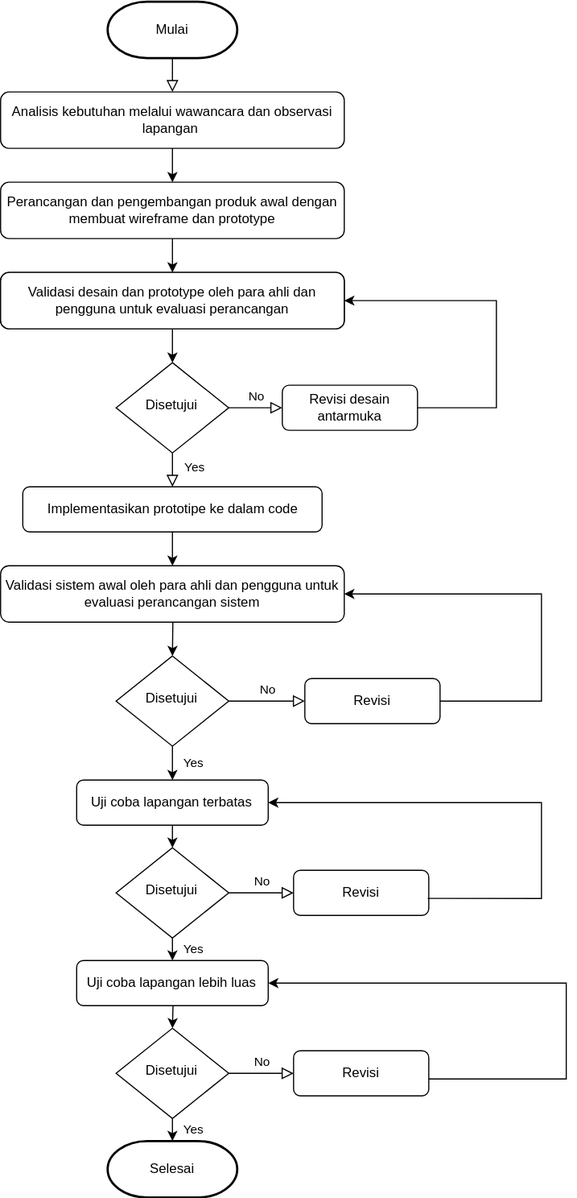
Earlier version of the draw.io export flowchart skripsi.drawio.svg (evaald/evaald239.github.io). Source tidied: cells renumbered, new cells last; positions are measured from the earlier drawing's top-left corner, leaving out a move shared by most shapes.
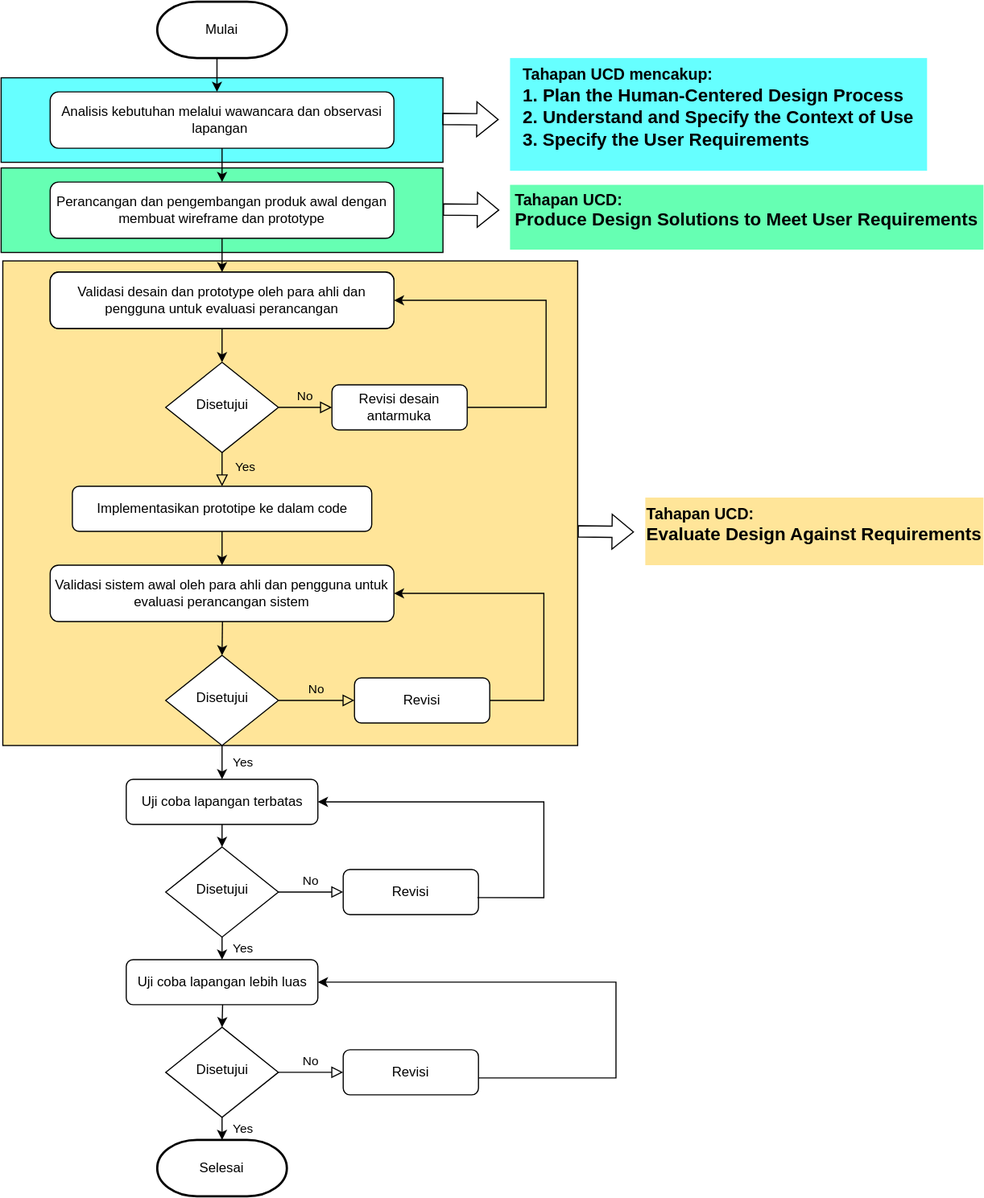
Later version of the same file.

What changed in the source:
```diff
@@ -2,11 +2,15 @@
   <root>
     <mxCell id="0" />
     <mxCell id="1" parent="0" />
-    <mxCell id="2" style="rounded=0;html=1;jettySize=auto;fontSize=11;endArrow=block;endFill=0;endSize=8;strokeWidth=1;shadow=0;labelBackgroundColor=none;edgeStyle=orthogonalEdgeStyle;entryX=0.5;entryY=0;entryDx=0;entryDy=0;" parent="1" edge="1" target="9">
-      <mxGeometry relative="1" as="geometry">
-        <mxPoint x="155" y="50" as="sourcePoint" />
-      </mxGeometry>
-    </mxCell>
+    <mxCell id="40" style="rounded=0;whiteSpace=wrap;html=1;fillColor=light-dark(#FFE599,var(--ge-dark-color, #121212));" parent="1" vertex="1">
+      <mxGeometry x="-42" y="230" width="510" height="430" as="geometry" />
+    </mxCell>
+    <mxCell id="41" style="rounded=0;whiteSpace=wrap;html=1;fillColor=light-dark(#66FFB3,var(--ge-dark-color, #121212));" parent="1" vertex="1">
+      <mxGeometry x="-43.5" y="147.5" width="392" height="75" as="geometry" />
+    </mxCell>
+    <mxCell id="42" style="rounded=0;whiteSpace=wrap;html=1;fillColor=light-dark(#66FFFF,var(--ge-dark-color, #121212));" parent="1" vertex="1">
+      <mxGeometry x="-43.5" y="67.5" width="392" height="75" as="geometry" />
+    </mxCell>
     <mxCell id="3" value="Yes" style="rounded=0;html=1;jettySize=auto;fontSize=11;endArrow=block;endFill=0;endSize=8;strokeWidth=1;shadow=0;labelBackgroundColor=none;edgeStyle=orthogonalEdgeStyle;" parent="1" edge="1" source="5" target="6">
       <mxGeometry x="0.33" y="20" relative="1" as="geometry" />
     </mxCell>
@@ -123,16 +127,16 @@
     <mxCell id="37" style="endArrow=classic;html=1;rounded=0;exitX=1;exitY=0.5;exitDx=0;exitDy=0;entryX=1;entryY=0.5;entryDx=0;entryDy=0;" parent="1" edge="1" source="18" target="21">
       <mxGeometry relative="1" as="geometry">
         <Array as="points">
-          <mxPoint x="480" y="620" />
-          <mxPoint x="480" y="525" />
+          <mxPoint x="438" y="620" />
+          <mxPoint x="438" y="525" />
         </Array>
       </mxGeometry>
     </mxCell>
     <mxCell id="38" style="endArrow=classic;html=1;rounded=0;exitX=0.992;exitY=0.623;exitDx=0;exitDy=0;entryX=1;entryY=0.5;entryDx=0;entryDy=0;exitPerimeter=0;" parent="1" edge="1" source="27" target="24">
       <mxGeometry relative="1" as="geometry">
         <Array as="points">
-          <mxPoint x="480" y="795" />
-          <mxPoint x="480" y="710" />
+          <mxPoint x="438" y="795" />
+          <mxPoint x="438" y="710" />
         </Array>
       </mxGeometry>
     </mxCell>
@@ -144,5 +148,38 @@
         </Array>
       </mxGeometry>
     </mxCell>
+    <mxCell id="43" value="&lt;div style=&quot;text-align: left;&quot;&gt;&lt;span style=&quot;background-color: transparent; color: light-dark(rgb(0, 0, 0), rgb(255, 255, 255));&quot;&gt;&lt;b&gt;&lt;font style=&quot;font-size: 14px;&quot;&gt;Tahapan UCD mencakup:&lt;/font&gt;&lt;/b&gt;&lt;/span&gt;&lt;/div&gt;&lt;div style=&quot;text-align: left;&quot;&gt;&lt;b&gt;&lt;font size=&quot;3&quot;&gt;&lt;span style=&quot;background-color: transparent; color: light-dark(rgb(0, 0, 0), rgb(255, 255, 255)); text-indent: -24px;&quot;&gt;1.&amp;nbsp;&lt;/span&gt;&lt;span style=&quot;text-indent: -24px; background-color: transparent; color: light-dark(rgb(0, 0, 0), rgb(255, 255, 255));&quot;&gt;Plan the Human-Centered Design Process&lt;/span&gt;&lt;/font&gt;&lt;/b&gt;&lt;/div&gt;&lt;div style=&quot;text-align: left;&quot;&gt;&lt;b&gt;&lt;font size=&quot;3&quot;&gt;&lt;span style=&quot;background-color: transparent; color: light-dark(rgb(0, 0, 0), rgb(255, 255, 255)); text-indent: -24px;&quot;&gt;2.&amp;nbsp;&lt;/span&gt;&lt;span style=&quot;background-color: transparent; color: light-dark(rgb(0, 0, 0), rgb(255, 255, 255)); text-indent: -24px;&quot;&gt;Understand and Specify the Context of Use&lt;/span&gt;&lt;/font&gt;&lt;/b&gt;&lt;/div&gt;&lt;div style=&quot;text-align: left;&quot;&gt;&lt;span style=&quot;background-color: transparent; color: light-dark(rgb(0, 0, 0), rgb(255, 255, 255)); text-indent: -24px;&quot;&gt;&lt;font size=&quot;3&quot; style=&quot;&quot; face=&quot;Helvetica&quot;&gt;&lt;b style=&quot;&quot;&gt;3. Specify the User Requirements&lt;/b&gt;&lt;/font&gt;&lt;/span&gt;&lt;/div&gt;&lt;p style=&quot;margin-top:0cm;margin-right:0cm;margin-bottom:&lt;br/&gt;0cm;margin-left:3.0cm;mso-add-space:auto;text-align:justify;text-indent:-18.0pt;&lt;br/&gt;line-height:200%;mso-list:l0 level1 lfo1&quot; class=&quot;MsoListParagraph&quot;&gt;&lt;i&gt;&lt;span style=&quot;font-size:12.0pt;line-height:200%;font-family:&amp;quot;Times New Roman&amp;quot;,serif&quot;&gt;&lt;/span&gt;&lt;/i&gt;&lt;/p&gt;" style="text;html=1;align=center;verticalAlign=middle;whiteSpace=wrap;rounded=0;fillColor=light-dark(#66FFFF,#000000);" parent="1" vertex="1">
+      <mxGeometry x="408" y="50" width="370" height="100" as="geometry" />
+    </mxCell>
+    <mxCell id="44" style="shape=flexArrow;endArrow=classic;html=1;rounded=0;" parent="1" edge="1">
+      <mxGeometry relative="1" as="geometry">
+        <mxPoint x="348" y="104" as="sourcePoint" />
+        <mxPoint x="398" y="104.5" as="targetPoint" />
+      </mxGeometry>
+    </mxCell>
+    <mxCell id="45" style="endArrow=classic;html=1;rounded=0;exitX=0.5;exitY=1;exitDx=0;exitDy=0;entryX=0.5;entryY=0;entryDx=0;entryDy=0;" parent="1" edge="1">
+      <mxGeometry relative="1" as="geometry">
+        <mxPoint x="148" y="50" as="sourcePoint" />
+        <mxPoint x="148" y="80" as="targetPoint" />
+      </mxGeometry>
+    </mxCell>
+    <mxCell id="46" style="shape=flexArrow;endArrow=classic;html=1;rounded=0;" parent="1" edge="1">
+      <mxGeometry relative="1" as="geometry">
+        <mxPoint x="348.5" y="184.4" as="sourcePoint" />
+        <mxPoint x="398.5" y="184.9" as="targetPoint" />
+      </mxGeometry>
+    </mxCell>
+    <mxCell id="47" value="&lt;div style=&quot;text-align: left;&quot;&gt;&lt;span style=&quot;background-color: transparent; color: light-dark(rgb(0, 0, 0), rgb(255, 255, 255));&quot;&gt;&lt;b&gt;&lt;font style=&quot;font-size: 14px;&quot;&gt;Tahapan UCD:&lt;/font&gt;&lt;/b&gt;&lt;/span&gt;&lt;/div&gt;&lt;div style=&quot;text-align: left;&quot;&gt;&lt;b style=&quot;background-color: transparent; text-indent: -24px; color: light-dark(rgb(0, 0, 0), rgb(255, 255, 255));&quot;&gt;&lt;font size=&quot;3&quot;&gt;Produce Design Solutions to Meet User Requirements&lt;/font&gt;&lt;/b&gt;&lt;/div&gt;&lt;p style=&quot;margin-top:0cm;margin-right:0cm;margin-bottom:&lt;br/&gt;0cm;margin-left:3.0cm;mso-add-space:auto;text-align:justify;text-indent:-18.0pt;&lt;br/&gt;line-height:200%;mso-list:l0 level1 lfo1&quot; class=&quot;MsoListParagraph&quot;&gt;&lt;i&gt;&lt;span style=&quot;font-size:12.0pt;line-height:200%;font-family:&amp;quot;Times New Roman&amp;quot;,serif&quot;&gt;&lt;/span&gt;&lt;/i&gt;&lt;/p&gt;" style="text;html=1;align=center;verticalAlign=middle;whiteSpace=wrap;rounded=0;fillColor=light-dark(#66FFB3,#000000);" parent="1" vertex="1">
+      <mxGeometry x="408" y="162.5" width="420" height="57.5" as="geometry" />
+    </mxCell>
+    <mxCell id="48" style="shape=flexArrow;endArrow=classic;html=1;rounded=0;" parent="1" edge="1">
+      <mxGeometry relative="1" as="geometry">
+        <mxPoint x="468" y="470" as="sourcePoint" />
+        <mxPoint x="518" y="470.5" as="targetPoint" />
+      </mxGeometry>
+    </mxCell>
+    <mxCell id="49" value="&lt;div style=&quot;text-align: left;&quot;&gt;&lt;span style=&quot;background-color: transparent; color: light-dark(rgb(0, 0, 0), rgb(255, 255, 255));&quot;&gt;&lt;b&gt;&lt;font style=&quot;font-size: 14px;&quot;&gt;Tahapan UCD:&lt;/font&gt;&lt;/b&gt;&lt;/span&gt;&lt;/div&gt;&lt;div style=&quot;text-align: left;&quot;&gt;&lt;b style=&quot;background-color: transparent; color: light-dark(rgb(0, 0, 0), rgb(255, 255, 255)); text-indent: -24px;&quot;&gt;&lt;font size=&quot;3&quot;&gt;Evaluate Design Against Requirements&lt;/font&gt;&lt;/b&gt;&lt;/div&gt;&lt;p style=&quot;margin-top:0cm;margin-right:0cm;margin-bottom:&lt;br/&gt;0cm;margin-left:3.0cm;mso-add-space:auto;text-align:justify;text-indent:-18.0pt;&lt;br/&gt;line-height:200%;mso-list:l0 level1 lfo1&quot; class=&quot;MsoListParagraph&quot;&gt;&lt;i&gt;&lt;span style=&quot;font-size:12.0pt;line-height:200%;font-family:&amp;quot;Times New Roman&amp;quot;,serif&quot;&gt;&lt;/span&gt;&lt;/i&gt;&lt;/p&gt;" style="text;html=1;align=center;verticalAlign=middle;whiteSpace=wrap;rounded=0;fillColor=light-dark(#FFE599,#000000);" parent="1" vertex="1">
+      <mxGeometry x="528" y="440" width="300" height="60" as="geometry" />
+    </mxCell>
   </root>
 </mxGraphModel>
```
